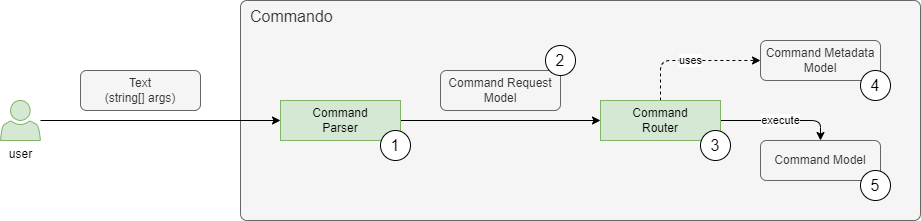
Before: doc/internal-structure.drawio.png, a diagram exported from draw.io (lastunicorn/ConsoleTools.Commando). Source tidied: cells renumbered, new cells last; positions are measured from the earlier drawing's top-left corner, leaving out a move shared by most shapes.
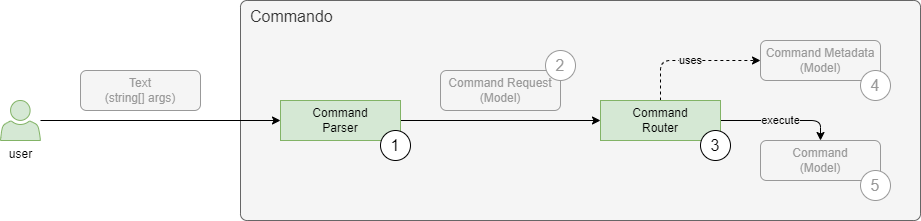
The same file after the commit.

What changed in the source:
```diff
@@ -5,7 +5,7 @@
     <mxCell id="2" value="Commando" style="rounded=1;whiteSpace=wrap;html=1;fillColor=#f5f5f5;fontColor=#333333;strokeColor=#666666;arcSize=3;align=left;verticalAlign=top;spacingLeft=8;fontSize=16;" parent="1" vertex="1">
       <mxGeometry x="240" width="680" height="220" as="geometry" />
     </mxCell>
-    <mxCell id="3" value="Text&lt;br&gt;(string[] args)" style="rounded=1;whiteSpace=wrap;html=1;fillColor=#f5f5f5;fontColor=#333333;strokeColor=#666666;" parent="1" vertex="1">
+    <mxCell id="3" value="Text&lt;br&gt;(string[] args)" style="rounded=1;whiteSpace=wrap;html=1;fillColor=#f5f5f5;fontColor=#999999;strokeColor=#999999;" parent="1" vertex="1">
       <mxGeometry x="80" y="70" width="120" height="40" as="geometry" />
     </mxCell>
     <mxCell id="4" style="edgeStyle=orthogonalEdgeStyle;rounded=0;jettySize=auto;html=1;entryX=0;entryY=0.5;entryDx=0;entryDy=0;" parent="1" edge="1" source="12" target="6">
@@ -17,25 +17,25 @@
     <mxCell id="6" value="Command&lt;br&gt;Parser" style="rounded=0;whiteSpace=wrap;html=1;points=[&#10;[0,0],[0.125,0],[0.25,0],[0.375,0],[0.5,0],[0.625,0],[0.75,0],[0.875,0],&#10;[1,0],[1,0.125],[1,0.25],[1,0.375],[1,0.5],[1,0.625],[1,0.75],[1,0.875],&#10;[1,1],[0.875,1],[0.75,1],[0.625,1],[0.5,1],[0.375,1],[0.25,1],[0.125,1],&#10;[0,1],[0,0.875],[0,0.75],[0,0.625],[0,0.5],[0,0.375],[0,0.25],[0,0.125]&#10;];fillColor=#d5e8d4;strokeColor=#82b366;" parent="1" vertex="1">
       <mxGeometry x="280" y="100" width="120" height="40" as="geometry" />
     </mxCell>
-    <mxCell id="7" value="Command Request Model" style="rounded=1;whiteSpace=wrap;html=1;fillColor=#f5f5f5;strokeColor=#666666;fontColor=#333333;" parent="1" vertex="1">
+    <mxCell id="7" value="Command Request &lt;br&gt;(Model)" style="rounded=1;whiteSpace=wrap;html=1;fillColor=#f5f5f5;strokeColor=#999999;fontColor=#999999;" parent="1" vertex="1">
       <mxGeometry x="440" y="70" width="120" height="40" as="geometry" />
     </mxCell>
-    <mxCell id="8" value="execute" style="edgeStyle=orthogonalEdgeStyle;rounded=1;jettySize=auto;html=1;exitX=1;exitY=0.5;exitDx=0;exitDy=0;entryX=0.5;entryY=0;entryDx=0;entryDy=0;" parent="1" edge="1" source="10" target="11">
+    <mxCell id="8" value="execute" style="edgeStyle=orthogonalEdgeStyle;rounded=1;jettySize=auto;html=1;exitX=1;exitY=0.5;exitDx=0;exitDy=0;entryX=0.5;entryY=0;entryDx=0;entryDy=0;labelBackgroundColor=#F5F5F5;" parent="1" edge="1" source="10" target="11">
       <mxGeometry relative="1" as="geometry" />
     </mxCell>
-    <mxCell id="9" value="uses" style="edgeStyle=orthogonalEdgeStyle;rounded=1;jettySize=auto;html=1;exitX=0.5;exitY=0;exitDx=0;exitDy=0;entryX=0;entryY=0.5;entryDx=0;entryDy=0;dashed=1;" parent="1" edge="1" source="10" target="13">
+    <mxCell id="9" value="uses" style="edgeStyle=orthogonalEdgeStyle;rounded=1;jettySize=auto;html=1;exitX=0.5;exitY=0;exitDx=0;exitDy=0;entryX=0;entryY=0.5;entryDx=0;entryDy=0;dashed=1;labelBackgroundColor=#F5F5F5;" parent="1" edge="1" source="10" target="13">
       <mxGeometry relative="1" as="geometry" />
     </mxCell>
     <mxCell id="10" value="Command&lt;br&gt;Router" style="rounded=0;whiteSpace=wrap;html=1;points=[&#10;[0,0],[0.125,0],[0.25,0],[0.375,0],[0.5,0],[0.625,0],[0.75,0],[0.875,0],&#10;[1,0],[1,0.125],[1,0.25],[1,0.375],[1,0.5],[1,0.625],[1,0.75],[1,0.875],&#10;[1,1],[0.875,1],[0.75,1],[0.625,1],[0.5,1],[0.375,1],[0.25,1],[0.125,1],&#10;[0,1],[0,0.875],[0,0.75],[0,0.625],[0,0.5],[0,0.375],[0,0.25],[0,0.125]&#10;];fillColor=#d5e8d4;strokeColor=#82b366;" parent="1" vertex="1">
       <mxGeometry x="600" y="100" width="120" height="40" as="geometry" />
     </mxCell>
-    <mxCell id="11" value="Command Model" style="rounded=1;whiteSpace=wrap;html=1;points=[&#10;[0,0],[0.125,0],[0.25,0],[0.375,0],[0.5,0],[0.625,0],[0.75,0],[0.875,0],&#10;[1,0],[1,0.125],[1,0.25],[1,0.375],[1,0.5],[1,0.625],[1,0.75],[1,0.875],&#10;[1,1],[0.875,1],[0.75,1],[0.625,1],[0.5,1],[0.375,1],[0.25,1],[0.125,1],&#10;[0,1],[0,0.875],[0,0.75],[0,0.625],[0,0.5],[0,0.375],[0,0.25],[0,0.125]&#10;];fillColor=#f5f5f5;fontColor=#333333;strokeColor=#666666;gradientDirection=east;" parent="1" vertex="1">
+    <mxCell id="11" value="Command&lt;br&gt;(Model)" style="rounded=1;whiteSpace=wrap;html=1;points=[&#10;[0,0],[0.125,0],[0.25,0],[0.375,0],[0.5,0],[0.625,0],[0.75,0],[0.875,0],&#10;[1,0],[1,0.125],[1,0.25],[1,0.375],[1,0.5],[1,0.625],[1,0.75],[1,0.875],&#10;[1,1],[0.875,1],[0.75,1],[0.625,1],[0.5,1],[0.375,1],[0.25,1],[0.125,1],&#10;[0,1],[0,0.875],[0,0.75],[0,0.625],[0,0.5],[0,0.375],[0,0.25],[0,0.125]&#10;];fillColor=#f5f5f5;fontColor=#999999;strokeColor=#999999;gradientDirection=east;" parent="1" vertex="1">
       <mxGeometry x="760" y="140" width="120" height="40" as="geometry" />
     </mxCell>
     <mxCell id="12" value="user" style="sketch=0;shadow=0;dashed=0;html=1;strokeColor=#82b366;fillColor=#d5e8d4;labelPosition=center;verticalLabelPosition=bottom;verticalAlign=top;outlineConnect=0;align=center;shape=mxgraph.office.users.user;rounded=1;" parent="1" vertex="1">
       <mxGeometry y="100" width="40" height="40" as="geometry" />
     </mxCell>
-    <mxCell id="13" value="Command Metadata Model" style="rounded=1;whiteSpace=wrap;html=1;points=[&#10;[0,0],[0.125,0],[0.25,0],[0.375,0],[0.5,0],[0.625,0],[0.75,0],[0.875,0],&#10;[1,0],[1,0.125],[1,0.25],[1,0.375],[1,0.5],[1,0.625],[1,0.75],[1,0.875],&#10;[1,1],[0.875,1],[0.75,1],[0.625,1],[0.5,1],[0.375,1],[0.25,1],[0.125,1],&#10;[0,1],[0,0.875],[0,0.75],[0,0.625],[0,0.5],[0,0.375],[0,0.25],[0,0.125]&#10;];fillColor=#f5f5f5;fontColor=#333333;strokeColor=#666666;gradientDirection=east;" parent="1" vertex="1">
+    <mxCell id="13" value="Command Metadata &lt;br&gt;(Model)" style="rounded=1;whiteSpace=wrap;html=1;points=[&#10;[0,0],[0.125,0],[0.25,0],[0.375,0],[0.5,0],[0.625,0],[0.75,0],[0.875,0],&#10;[1,0],[1,0.125],[1,0.25],[1,0.375],[1,0.5],[1,0.625],[1,0.75],[1,0.875],&#10;[1,1],[0.875,1],[0.75,1],[0.625,1],[0.5,1],[0.375,1],[0.25,1],[0.125,1],&#10;[0,1],[0,0.875],[0,0.75],[0,0.625],[0,0.5],[0,0.375],[0,0.25],[0,0.125]&#10;];fillColor=#f5f5f5;fontColor=#999999;strokeColor=#999999;gradientDirection=east;" parent="1" vertex="1">
       <mxGeometry x="760" y="40" width="120" height="40" as="geometry" />
     </mxCell>
     <mxCell id="14" value="1" style="ellipse;whiteSpace=wrap;html=1;fontSize=16;" parent="1" vertex="1">
@@ -44,13 +44,13 @@
     <mxCell id="15" value="3" style="ellipse;whiteSpace=wrap;html=1;fontSize=16;" parent="1" vertex="1">
       <mxGeometry x="700" y="130" width="30" height="30" as="geometry" />
     </mxCell>
-    <mxCell id="16" value="2" style="ellipse;whiteSpace=wrap;html=1;fontSize=16;" parent="1" vertex="1">
-      <mxGeometry x="545" y="45" width="30" height="30" as="geometry" />
+    <mxCell id="16" value="2" style="ellipse;whiteSpace=wrap;html=1;fontSize=16;strokeColor=#999999;fontColor=#999999;" parent="1" vertex="1">
+      <mxGeometry x="545" y="50" width="30" height="30" as="geometry" />
     </mxCell>
-    <mxCell id="17" value="4" style="ellipse;whiteSpace=wrap;html=1;fontSize=16;" parent="1" vertex="1">
+    <mxCell id="17" value="4" style="ellipse;whiteSpace=wrap;html=1;fontSize=16;strokeColor=#999999;fontColor=#999999;" parent="1" vertex="1">
       <mxGeometry x="860" y="70" width="30" height="30" as="geometry" />
     </mxCell>
-    <mxCell id="18" value="5" style="ellipse;whiteSpace=wrap;html=1;fontSize=16;" parent="1" vertex="1">
+    <mxCell id="18" value="5" style="ellipse;whiteSpace=wrap;html=1;fontSize=16;strokeColor=#999999;fontColor=#999999;" parent="1" vertex="1">
       <mxGeometry x="860" y="170" width="30" height="30" as="geometry" />
     </mxCell>
   </root>
```
